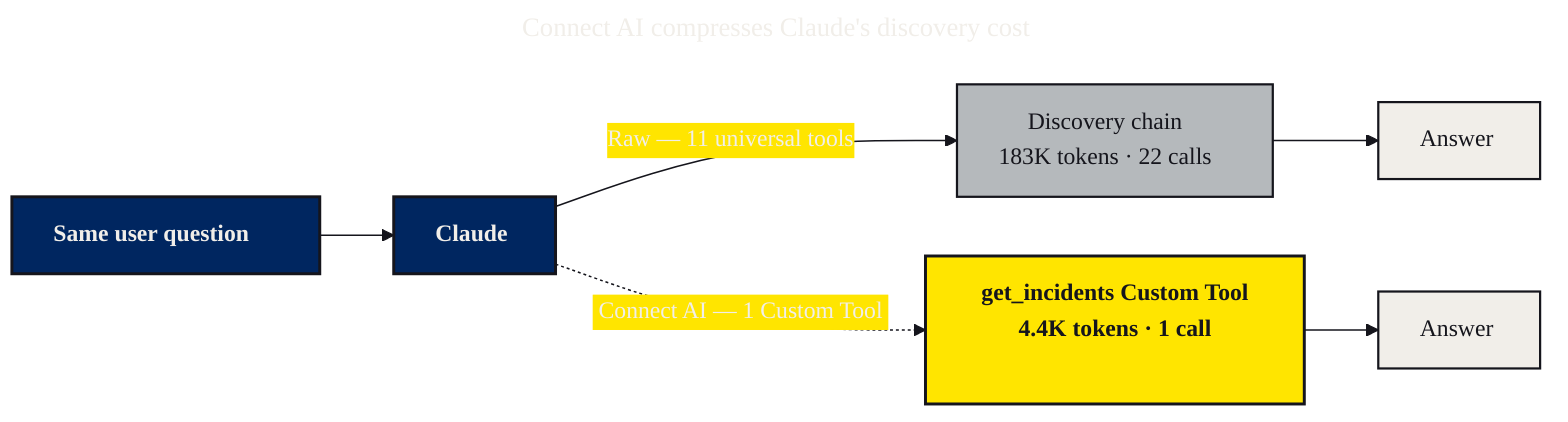
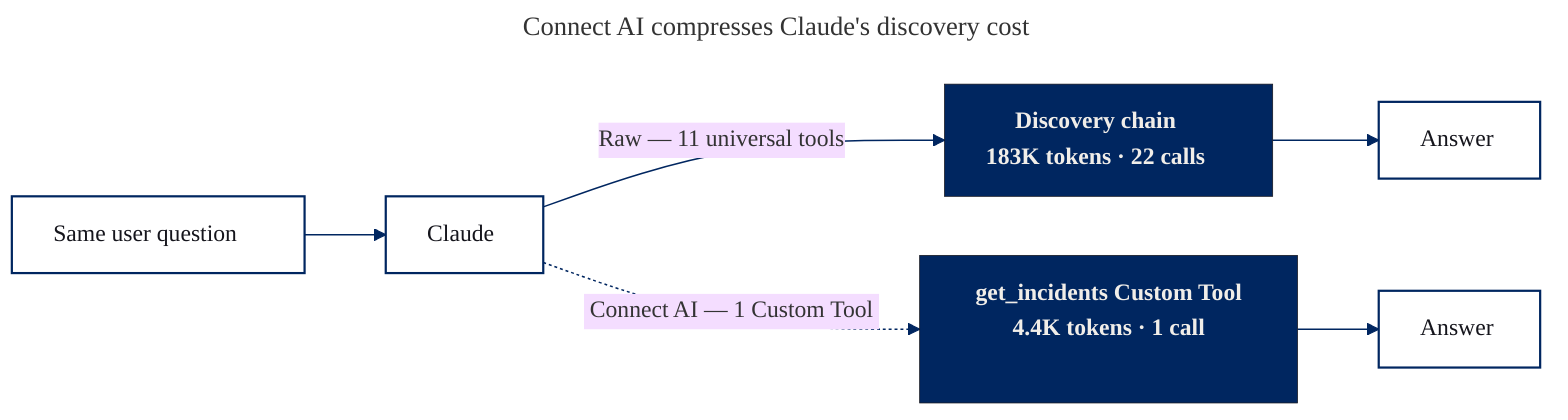
---
title: "Connect AI compresses Claude's discovery cost"
---
%%{init: {
  "theme": "base",
  "themeVariables": {
    "background":         "#F1EEE9",
-     "primaryColor":       "#002660",
-     "primaryTextColor":   "#F1EEE9",
-     "primaryBorderColor": "#15151C",
-     "lineColor":          "#15151C",
-     "secondaryColor":     "#FFE500",
-     "tertiaryColor":      "#B5B9BC",
-     "fontFamily":         "Inter, Arial, sans-serif",
-     "fontSize":           "16px"
+     "fontFamily":         "DM Sans, Inter, Arial, sans-serif",
+     "fontSize":           "16px",
+     "lineColor":          "#002660"
  },
-   "flowchart": {"nodeSpacing": 40, "rankSpacing": 50, "padding": 14}
+   "flowchart": {"nodeSpacing": 40, "rankSpacing": 55, "padding": 14}
}}%%
flowchart LR
-     U["Same user question"]:::userBox
-     C[Claude]:::claudeBox
-     D["Discovery chain<br/>183K tokens · 22 calls"]:::costBox
-     T["get_incidents Custom Tool<br/>4.4K tokens · 1 call"]:::savedBox
-     A1[Answer]:::resultBox
-     A2[Answer]:::resultBox
+     U[Same user question]:::mono
+     C[Claude]:::mono
+     D["Discovery chain<br/>183K tokens · 22 calls"]:::tool
+     T["get_incidents Custom Tool<br/>4.4K tokens · 1 call"]:::tool
+     A1[Answer]:::mono
+     A2[Answer]:::mono

    U --> C
    C -->|"Raw — 11 universal tools"| D
    D --> A1
    C -.->|"Connect AI — 1 Custom Tool"| T
    T --> A2

-     classDef userBox    fill:#002660,stroke:#15151C,stroke-width:2px,color:#F1EEE9,font-weight:bold;
-     classDef claudeBox  fill:#002660,stroke:#15151C,stroke-width:2px,color:#F1EEE9,font-weight:bold;
-     classDef costBox    fill:#B5B9BC,stroke:#15151C,stroke-width:1.5px,color:#15151C;
-     classDef savedBox   fill:#FFE500,stroke:#15151C,stroke-width:2px,color:#15151C,font-weight:bold;
-     classDef resultBox  fill:#F1EEE9,stroke:#15151C,stroke-width:1.5px,color:#15151C;
+     classDef mono fill:#FFFFFF,stroke:#002660,stroke-width:1.5px,color:#15151C;
+     classDef tool fill:#002660,stroke:#15151C,stroke-width:0.5px,color:#F1EEE9,font-weight:bold;
